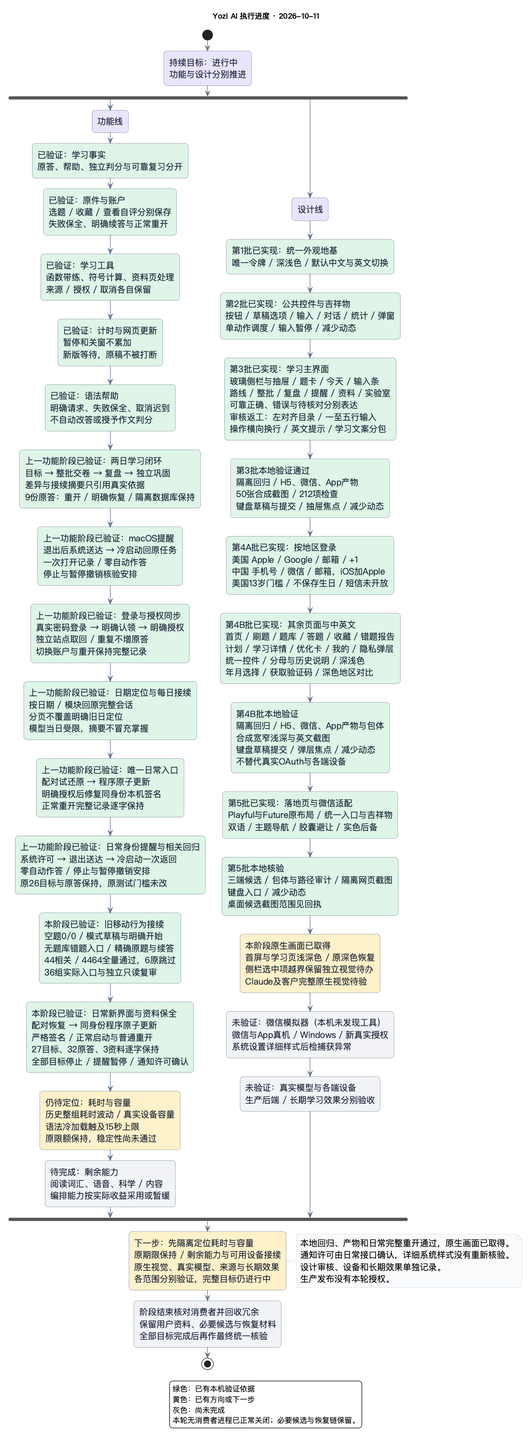
djblack1209-coder/EXAM-MASTER keeps this PlantUML diagram as docs/diagrams/13-progress.png. Above is the earlier version. Its source is kept beside it as docs/diagrams/13-progress.puml.
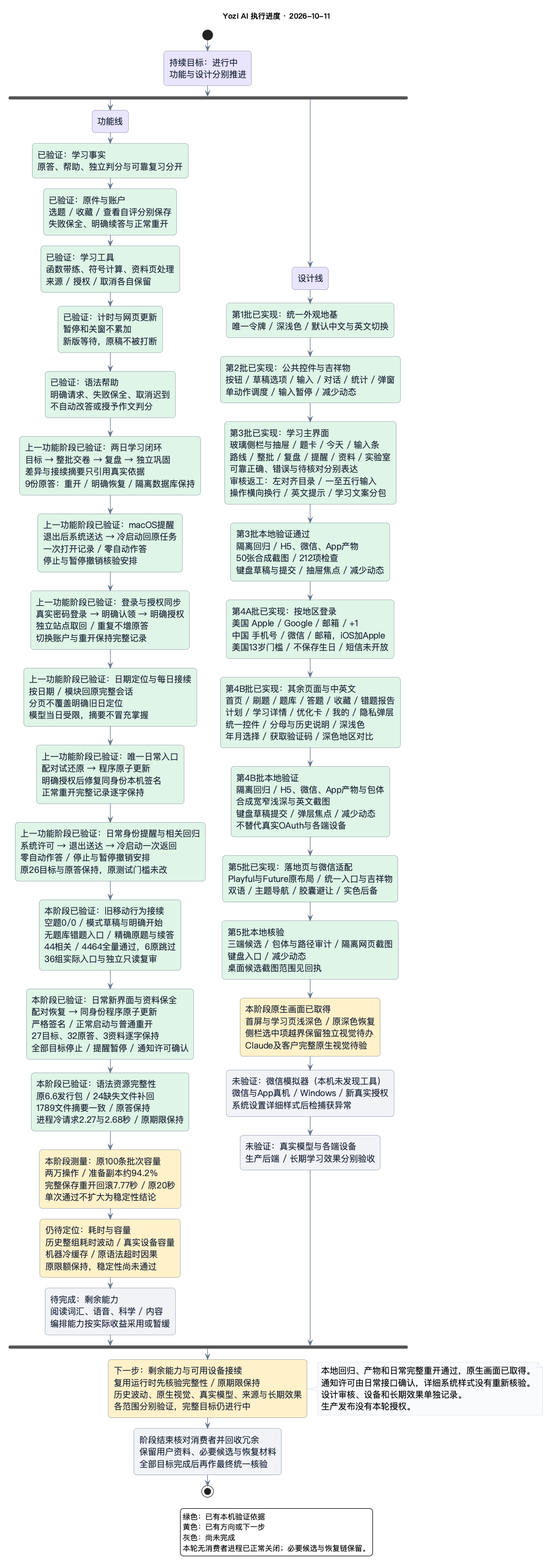
After the commit.

Change to the diagram source:
```diff
@@ -31,7 +31,9 @@
     :上一功能阶段已验证：日常身份提醒与相关回归\n系统许可 → 退出送达 → 冷启动一次返回\n零自动作答 / 停止与暂停撤销安排\n原26目标与原答保持，原测试门槛未改; <<#DFF5E6>>
     :本阶段已验证：旧移动行为接续\n空题0/0 / 模式草稿与明确开始\n无题库错题入口 / 精确原题与续答\n44相关 / 4464全量通过，6原跳过\n36组实际入口与独立只读复审; <<#DFF5E6>>
     :本阶段已验证：日常新界面与资料保全\n配对恢复 → 同身份程序原子更新\n严格签名 / 正常启动与普通重开\n27目标、32原答、3资料逐字保持\n全部目标停止 / 提醒暂停 / 通知许可确认; <<#DFF5E6>>
-    :仍待定位：耗时与容量\n历史整组耗时波动 / 真实设备容量\n语法冷加载触及15秒上限\n原限额保持，稳定性尚未通过; <<#FFF1C9>>
+    :本阶段已验证：语法资源完整性\n原6.6发行包 / 24缺失文件补回\n1789文件摘要一致 / 原答保持\n进程冷请求2.27与2.68秒 / 原期限保持; <<#DFF5E6>>
+    :本阶段测量：原100条批次容量\n两万操作 / 准备副本约94.2%\n完整保存重开回滚7.77秒 / 原20秒\n单次通过不扩大为稳定性结论; <<#FFF1C9>>
+    :仍待定位：耗时与容量\n历史整组耗时波动 / 真实设备容量\n机器冷缓存 / 原语法超时因果\n原限额保持，稳定性尚未通过; <<#FFF1C9>>
     :待完成：剩余能力\n阅读词汇、语音、科学 / 内容\n编排能力按实际收益采用或暂缓; <<#F0F2F6>>
 fork again
     :设计线; <<#E8E5FF>>
@@ -49,7 +51,7 @@
     :未验证：真实模型与各端设备\n生产后端 / 长期学习效果分别验收; <<#F0F2F6>>
 end fork
 
-:下一步：先隔离定位耗时与容量\n原期限保持 / 剩余能力与可用设备接续\n原生视觉、真实模型、来源与长期效果\n各范围分别验证，完整目标仍进行中; <<#FFF1C9>>
+:下一步：剩余能力与可用设备接续\n复用运行时先核验完整性 / 原期限保持\n历史波动、原生视觉、真实模型、来源与长期效果\n各范围分别验证，完整目标仍进行中; <<#FFF1C9>>
 note right
   本地回归、产物和日常完整重开通过，原生画面已取得。
   通知许可由日常接口确认，详细系统样式没有重新核验。
```
